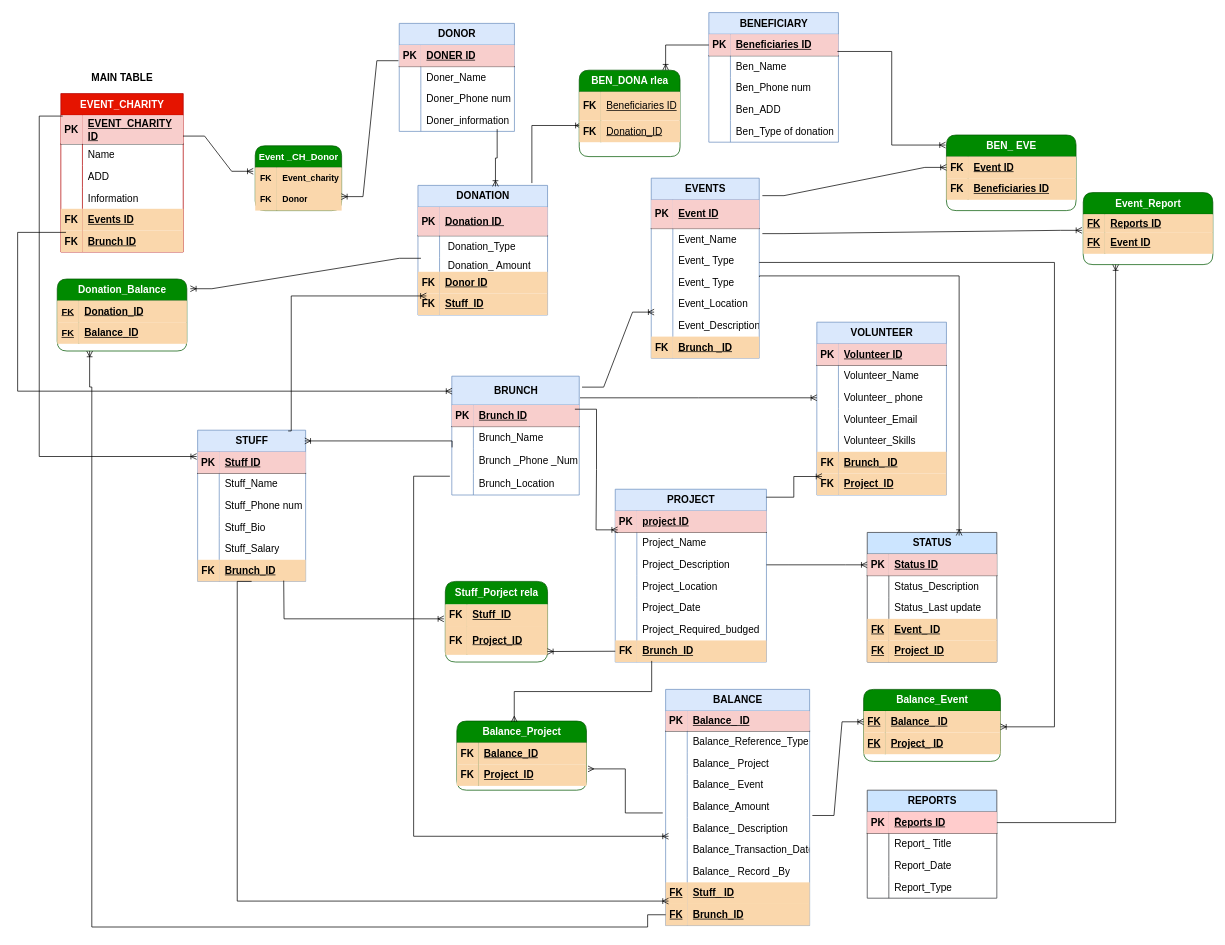
Qurbansulymani/Database-Management-charity-Organization-system keeps this draw.io diagram as UpdateCharity database foundation-2.drawio. Above is the earlier version. Source tidied: cells renumbered, new cells numbered last; positions are measured from the earlier drawing's top-left corner, leaving out a move shared by most shapes. Both pictures are drawn from the tidied source at 72%, with x=0, y=0 at pixel (17, 12).
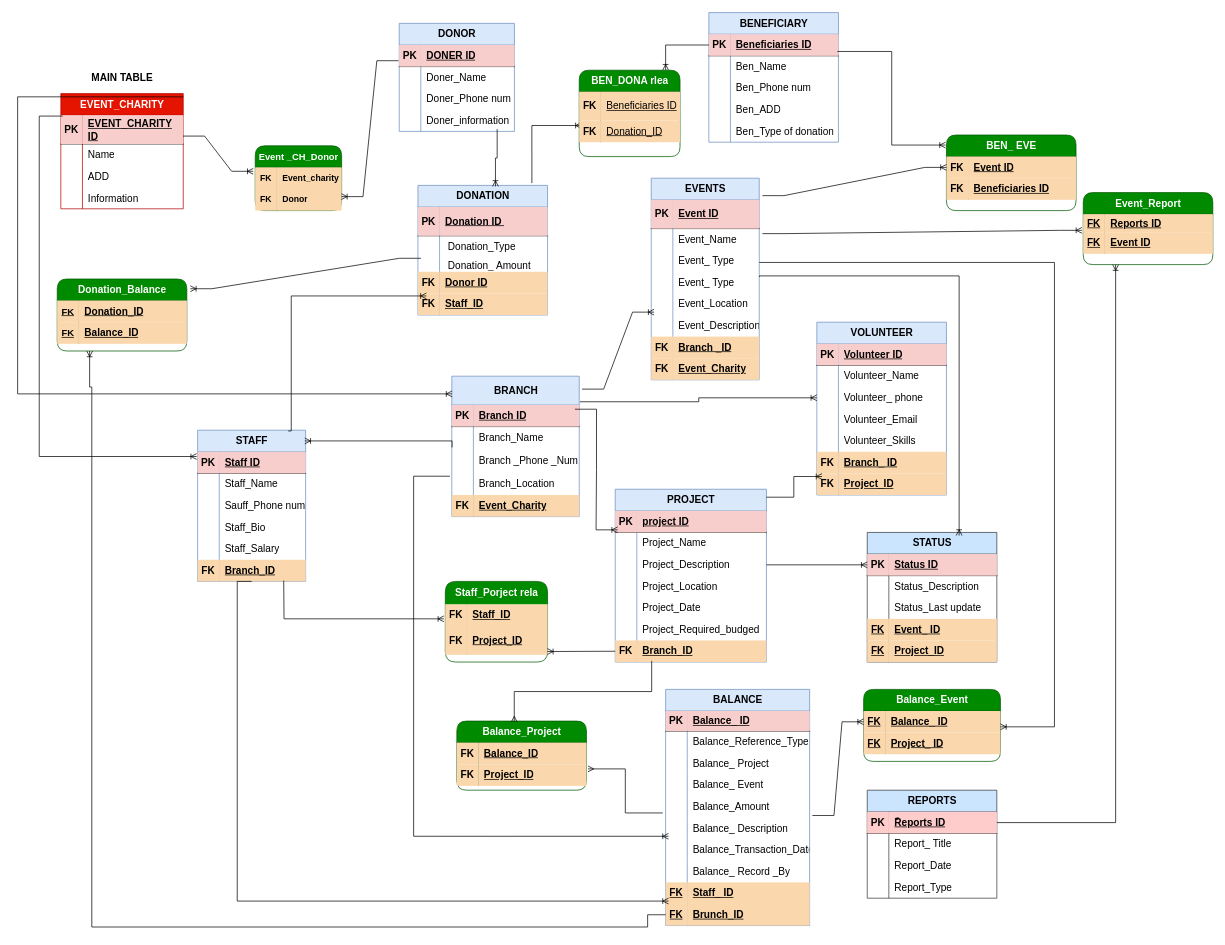
After the change.

Commit message:
An Update ERD For Charity Management System

Update and new ER Diagram for Charity management system

Unchanged cells that the change refers to:
```xml
<mxCell id="35" style="shape=tableRow;horizontal=0;startSize=0;swimlaneHead=0;swimlaneBody=0;fillColor=none;points=[[0,0.5],[1,0.5]];portConstraint=eastwest;top=0;left=0;right=0;bottom=1;fontSize=14;" parent="34" vertex="1">
  <mxGeometry y="30" width="150" height="30" as="geometry" />
</mxCell>
<mxCell id="38" style="shape=tableRow;horizontal=0;startSize=0;swimlaneHead=0;swimlaneBody=0;fillColor=none;top=0;left=0;right=0;bottom=0;fontSize=14;" parent="34" vertex="1">
  <mxGeometry y="60" width="150" height="30" as="geometry" />
</mxCell>
<mxCell id="41" style="shape=tableRow;horizontal=0;startSize=0;swimlaneHead=0;swimlaneBody=0;fillColor=none;top=0;left=0;right=0;bottom=0;fontSize=14;" parent="34" vertex="1">
  <mxGeometry y="90" width="150" height="30" as="geometry" />
</mxCell>
<mxCell id="44" style="shape=tableRow;horizontal=0;startSize=0;swimlaneHead=0;swimlaneBody=0;fillColor=none;top=0;left=0;right=0;bottom=0;fontSize=14;" parent="34" vertex="1">
  <mxGeometry y="120" width="150" height="30" as="geometry" />
</mxCell>
<mxCell id="47" style="shape=tableRow;horizontal=0;startSize=0;swimlaneHead=0;swimlaneBody=0;fillColor=none;top=0;left=0;right=0;bottom=0;fontSize=14;" parent="34" vertex="1">
  <mxGeometry y="150" width="150" height="30" as="geometry" />
</mxCell>
<mxCell id="50" style="shape=tableRow;horizontal=0;startSize=0;swimlaneHead=0;swimlaneBody=0;fillColor=none;points=[[0,0.5],[1,0.5]];portConstraint=eastwest;top=0;left=0;right=0;bottom=0;fontSize=14;" parent="34" vertex="1">
  <mxGeometry y="180" width="150" height="30" as="geometry" />
</mxCell>
<mxCell id="66" style="shape=tableRow;horizontal=0;startSize=0;swimlaneHead=0;swimlaneBody=0;fillColor=none;points=[[0,0.5],[1,0.5]];portConstraint=eastwest;top=0;left=0;right=0;bottom=0;fontSize=14;" parent="53" vertex="1">
  <mxGeometry y="150" width="180" height="30" as="geometry" />
</mxCell>
<mxCell id="104" style="shape=tableRow;horizontal=0;startSize=0;swimlaneHead=0;swimlaneBody=0;fillColor=none;top=0;left=0;right=0;bottom=0;fontSize=14;" parent="85" vertex="1">
  <mxGeometry y="220" width="150" height="30" as="geometry" />
</mxCell>
<mxCell id="108" style="shape=tableRow;horizontal=0;startSize=0;swimlaneHead=0;swimlaneBody=0;fillColor=none;points=[[0,0.5],[1,0.5]];portConstraint=eastwest;top=0;left=0;right=0;bottom=1;fontSize=14;" parent="107" vertex="1">
  <mxGeometry y="40" width="177" height="30" as="geometry" />
</mxCell>
<mxCell id="111" style="shape=tableRow;horizontal=0;startSize=0;swimlaneHead=0;swimlaneBody=0;fillColor=none;top=0;left=0;right=0;bottom=0;fontSize=14;" parent="107" vertex="1">
  <mxGeometry y="70" width="177" height="30" as="geometry" />
</mxCell>
<mxCell id="114" style="shape=tableRow;horizontal=0;startSize=0;swimlaneHead=0;swimlaneBody=0;fillColor=none;points=[[0,0.5],[1,0.5]];portConstraint=eastwest;top=0;left=0;right=0;bottom=0;fontSize=14;" parent="107" vertex="1">
  <mxGeometry y="100" width="177" height="35" as="geometry" />
</mxCell>
<mxCell id="117" style="shape=tableRow;horizontal=0;startSize=0;swimlaneHead=0;swimlaneBody=0;fillColor=none;points=[[0,0.5],[1,0.5]];portConstraint=eastwest;top=0;left=0;right=0;bottom=0;fontSize=14;" parent="107" vertex="1">
  <mxGeometry y="135" width="177" height="30" as="geometry" />
</mxCell>
<mxCell id="144" style="shape=tableRow;horizontal=0;startSize=0;swimlaneHead=0;swimlaneBody=0;fillColor=none;points=[[0,0.5],[1,0.5]];portConstraint=eastwest;top=0;left=0;right=0;bottom=0;fontSize=14;" parent="125" vertex="1">
  <mxGeometry y="210" width="210" height="30" as="geometry" />
</mxCell>
<mxCell id="150" style="shape=tableRow;horizontal=0;startSize=0;swimlaneHead=0;swimlaneBody=0;fillColor=none;top=0;left=0;right=0;bottom=0;fontSize=14;" parent="149" vertex="1">
  <mxGeometry y="32" width="142" height="30" as="geometry" />
</mxCell>
<mxCell id="193" style="shape=tableRow;horizontal=0;startSize=0;swimlaneHead=0;swimlaneBody=0;fillColor=none;top=0;left=0;right=0;bottom=0;fontSize=14;" parent="177" vertex="1">
  <mxGeometry y="180" width="180" height="30" as="geometry" />
</mxCell>
<mxCell id="255" style="shape=tableRow;horizontal=0;startSize=0;swimlaneHead=0;swimlaneBody=0;fillColor=none;top=0;left=0;right=0;bottom=0;fontSize=14;" parent="230" vertex="1">
  <mxGeometry y="268" width="200" height="30" as="geometry" />
</mxCell>
```

The edit, as a diff of the source:
```diff
@@
     <mxCell id="2" value="&lt;span&gt;EVENT_CHARITY&lt;/span&gt;" style="shape=table;startSize=30;childLayout=tableLayout;rowLines=0;fontStyle=1;align=center;html=1;fillColor=#e51400;strokeColor=#B20000;fontColor=#ffffff;fontSize=14;" parent="1" vertex="1">
-      <mxGeometry x="60" y="112.5" width="170" height="220" as="geometry" />
+      <mxGeometry x="60" y="112.5" width="170" height="160" as="geometry" />
     </mxCell>
@@
-    <mxCell id="15" style="shape=tableRow;horizontal=0;startSize=0;swimlaneHead=0;swimlaneBody=0;fillColor=none;top=0;left=0;right=0;bottom=0;fontSize=14;" parent="2" vertex="1">
-      <mxGeometry y="160" width="170" height="30" as="geometry" />
-    </mxCell>
-    <mxCell id="16" value="&lt;b&gt;&lt;font&gt;FK&lt;/font&gt;&lt;/b&gt;" style="shape=partialRectangle;fillColor=#fad7ac;top=0;left=0;bottom=0;right=0;overflow=hidden;whiteSpace=wrap;html=1;strokeColor=#b46504;fontSize=14;" parent="15" vertex="1">
-      <mxGeometry width="30" height="30" as="geometry" />
-    </mxCell>
-    <mxCell id="17" value="&lt;font&gt;&lt;b&gt;&lt;u&gt;Events ID&lt;/u&gt;&lt;/b&gt;&lt;/font&gt;" style="shape=partialRectangle;fillColor=#fad7ac;top=0;left=0;bottom=0;right=0;align=left;spacingLeft=6;overflow=hidden;whiteSpace=wrap;html=1;strokeColor=#b46504;fontSize=14;" parent="15" vertex="1">
-      <mxGeometry x="30" width="140" height="30" as="geometry" />
-    </mxCell>
-    <mxCell id="18" style="shape=tableRow;horizontal=0;startSize=0;swimlaneHead=0;swimlaneBody=0;fillColor=none;points=[[0,0.5],[1,0.5]];portConstraint=eastwest;top=0;left=0;right=0;bottom=0;fontSize=14;" parent="2" vertex="1">
-      <mxGeometry y="190" width="170" height="30" as="geometry" />
-    </mxCell>
-    <mxCell id="19" value="&lt;b&gt;&lt;font&gt;FK&lt;/font&gt;&lt;/b&gt;" style="shape=partialRectangle;fillColor=#fad7ac;top=0;left=0;bottom=0;right=0;overflow=hidden;whiteSpace=wrap;html=1;strokeColor=#b46504;fontSize=14;" parent="18" vertex="1">
-      <mxGeometry width="30" height="30" as="geometry" />
-    </mxCell>
-    <mxCell id="20" value="&lt;b&gt;&lt;font&gt;&lt;u&gt;Brunch ID&lt;/u&gt;&lt;/font&gt;&lt;/b&gt;" style="shape=partialRectangle;fillColor=#fad7ac;top=0;left=0;bottom=0;right=0;align=left;spacingLeft=6;overflow=hidden;whiteSpace=wrap;html=1;strokeColor=#b46504;fontSize=14;" parent="18" vertex="1">
-      <mxGeometry x="30" width="140" height="30" as="geometry" />
-    </mxCell>
@@
-    <mxCell id="34" value="&lt;font&gt;STUFF&lt;/font&gt;" style="shape=table;startSize=30;childLayout=tableLayout;rowLines=0;fontStyle=1;align=center;html=1;fillColor=#dae8fc;strokeColor=#6c8ebf;fontSize=14;" parent="1" vertex="1">
+    <mxCell id="34" value="&lt;font&gt;STAFF&lt;/font&gt;" style="shape=table;startSize=30;childLayout=tableLayout;rowLines=0;fontStyle=1;align=center;html=1;fillColor=#dae8fc;strokeColor=#6c8ebf;fontSize=14;" parent="1" vertex="1">
       <mxGeometry x="250" y="580" width="150" height="210" as="geometry" />
     </mxCell>
@@
-    <mxCell id="37" value="&lt;font&gt;Stuff ID&lt;/font&gt;" style="shape=partialRectangle;fillColor=#f8cecc;top=0;left=0;bottom=0;right=0;align=left;spacingLeft=6;fontStyle=5;overflow=hidden;whiteSpace=wrap;html=1;strokeColor=#b85450;fontSize=14;" parent="35" vertex="1">
+    <mxCell id="37" value="&lt;font&gt;Staff ID&lt;/font&gt;" style="shape=partialRectangle;fillColor=#f8cecc;top=0;left=0;bottom=0;right=0;align=left;spacingLeft=6;fontStyle=5;overflow=hidden;whiteSpace=wrap;html=1;strokeColor=#b85450;fontSize=14;" parent="35" vertex="1">
       <mxGeometry x="30" width="120" height="30" as="geometry" />
     </mxCell>
@@
-    <mxCell id="40" value="&lt;font&gt;Stuff_Name&lt;span style=&quot;white-space: pre;&quot;&gt;&#9;&lt;/span&gt;&lt;span style=&quot;white-space: pre;&quot;&gt;&#9;&lt;/span&gt;&lt;/font&gt;" style="shape=partialRectangle;fillColor=none;top=0;left=0;bottom=0;right=0;align=left;spacingLeft=6;overflow=hidden;whiteSpace=wrap;html=1;fontSize=14;" parent="38" vertex="1">
+    <mxCell id="40" value="&lt;font&gt;Staff_Name&lt;span style=&quot;white-space: pre;&quot;&gt;&#9;&lt;/span&gt;&lt;span style=&quot;white-space: pre;&quot;&gt;&#9;&lt;/span&gt;&lt;/font&gt;" style="shape=partialRectangle;fillColor=none;top=0;left=0;bottom=0;right=0;align=left;spacingLeft=6;overflow=hidden;whiteSpace=wrap;html=1;fontSize=14;" parent="38" vertex="1">
       <mxGeometry x="30" width="120" height="30" as="geometry" />
     </mxCell>
@@
-    <mxCell id="43" value="&lt;font&gt;Stuff_Phone num&lt;/font&gt;" style="shape=partialRectangle;fillColor=none;top=0;left=0;bottom=0;right=0;align=left;spacingLeft=6;overflow=hidden;whiteSpace=wrap;html=1;fontSize=14;" parent="41" vertex="1">
+    <mxCell id="43" value="&lt;font&gt;Sauff_Phone num&lt;/font&gt;" style="shape=partialRectangle;fillColor=none;top=0;left=0;bottom=0;right=0;align=left;spacingLeft=6;overflow=hidden;whiteSpace=wrap;html=1;fontSize=14;" parent="41" vertex="1">
       <mxGeometry x="30" width="120" height="30" as="geometry" />
     </mxCell>
@@
-    <mxCell id="46" value="&lt;span&gt;Stuff_Bio&lt;/span&gt;" style="shape=partialRectangle;fillColor=none;top=0;left=0;bottom=0;right=0;align=left;spacingLeft=6;overflow=hidden;whiteSpace=wrap;html=1;fontSize=14;" parent="44" vertex="1">
+    <mxCell id="46" value="&lt;span&gt;Staff_Bio&lt;/span&gt;" style="shape=partialRectangle;fillColor=none;top=0;left=0;bottom=0;right=0;align=left;spacingLeft=6;overflow=hidden;whiteSpace=wrap;html=1;fontSize=14;" parent="44" vertex="1">
       <mxGeometry x="30" width="120" height="30" as="geometry" />
     </mxCell>
@@
-    <mxCell id="49" value="&lt;font&gt;Stuff_Salary&lt;/font&gt;" style="shape=partialRectangle;fillColor=none;top=0;left=0;bottom=0;right=0;align=left;spacingLeft=6;overflow=hidden;whiteSpace=wrap;html=1;fontSize=14;" parent="47" vertex="1">
+    <mxCell id="49" value="&lt;font&gt;Staff_Salary&lt;/font&gt;" style="shape=partialRectangle;fillColor=none;top=0;left=0;bottom=0;right=0;align=left;spacingLeft=6;overflow=hidden;whiteSpace=wrap;html=1;fontSize=14;" parent="47" vertex="1">
       <mxGeometry x="30" width="120" height="30" as="geometry" />
     </mxCell>
@@
-    <mxCell id="52" value="&lt;font&gt;&lt;b&gt;&lt;u&gt;Brunch_ID&lt;/u&gt;&lt;/b&gt;&lt;/font&gt;" style="shape=partialRectangle;fillColor=#fad7ac;top=0;left=0;bottom=0;right=0;align=left;spacingLeft=6;overflow=hidden;whiteSpace=wrap;html=1;strokeColor=#b46504;fontSize=14;" parent="50" vertex="1">
+    <mxCell id="52" value="&lt;font&gt;&lt;b&gt;&lt;u&gt;Branch_ID&lt;/u&gt;&lt;/b&gt;&lt;/font&gt;" style="shape=partialRectangle;fillColor=#fad7ac;top=0;left=0;bottom=0;right=0;align=left;spacingLeft=6;overflow=hidden;whiteSpace=wrap;html=1;strokeColor=#b46504;fontSize=14;" parent="50" vertex="1">
       <mxGeometry x="30" width="120" height="30" as="geometry" />
     </mxCell>
@@
-    <mxCell id="68" value="&lt;span&gt;&lt;b&gt;&lt;u&gt;Stuff_ID&lt;/u&gt;&lt;/b&gt;&lt;/span&gt;" style="shape=partialRectangle;fillColor=#fad7ac;top=0;left=0;bottom=0;right=0;align=left;spacingLeft=6;overflow=hidden;whiteSpace=wrap;html=1;strokeColor=#b46504;fontSize=14;" parent="66" vertex="1">
+    <mxCell id="68" value="&lt;span&gt;&lt;b&gt;&lt;u&gt;Staff_ID&lt;/u&gt;&lt;/b&gt;&lt;/span&gt;" style="shape=partialRectangle;fillColor=#fad7ac;top=0;left=0;bottom=0;right=0;align=left;spacingLeft=6;overflow=hidden;whiteSpace=wrap;html=1;strokeColor=#b46504;fontSize=14;" parent="66" vertex="1">
       <mxGeometry x="30" width="150" height="30" as="geometry" />
     </mxCell>
@@
     <mxCell id="85" value="&lt;font&gt;EVENTS&lt;/font&gt;" style="shape=table;startSize=30;childLayout=tableLayout;rowLines=0;fontStyle=1;align=center;html=1;fillColor=#dae8fc;strokeColor=#6c8ebf;fontSize=14;" parent="1" vertex="1">
-      <mxGeometry x="880" y="230" width="150" height="250" as="geometry" />
+      <mxGeometry x="880" y="230" width="150" height="280" as="geometry" />
     </mxCell>
@@
-    <mxCell id="106" value="&lt;font&gt;&lt;span&gt;Brunch _ID&lt;/span&gt;&lt;/font&gt;" style="shape=partialRectangle;fillColor=#fad7ac;top=0;left=0;bottom=0;right=0;align=left;spacingLeft=6;overflow=hidden;whiteSpace=wrap;html=1;strokeColor=#b46504;fontStyle=5;fontSize=14;" parent="104" vertex="1">
+    <mxCell id="106" value="&lt;font&gt;&lt;span&gt;Branch _ID&lt;/span&gt;&lt;/font&gt;" style="shape=partialRectangle;fillColor=#fad7ac;top=0;left=0;bottom=0;right=0;align=left;spacingLeft=6;overflow=hidden;whiteSpace=wrap;html=1;strokeColor=#b46504;fontStyle=5;fontSize=14;" parent="104" vertex="1">
       <mxGeometry x="30" width="120" height="30" as="geometry" />
     </mxCell>
+    <mxCell id="312" style="shape=tableRow;horizontal=0;startSize=0;swimlaneHead=0;swimlaneBody=0;fillColor=none;top=0;left=0;right=0;bottom=0;fontSize=14;" parent="85" vertex="1">
+      <mxGeometry y="250" width="150" height="30" as="geometry" />
+    </mxCell>
+    <mxCell id="313" value="&lt;b&gt;FK&lt;/b&gt;" style="shape=partialRectangle;fillColor=#fad7ac;top=0;left=0;bottom=0;right=0;overflow=hidden;whiteSpace=wrap;html=1;strokeColor=#b46504;fontSize=14;" parent="312" vertex="1">
+      <mxGeometry width="30" height="30" as="geometry" />
+    </mxCell>
+    <mxCell id="314" value="Event_Charity" style="shape=partialRectangle;fillColor=#fad7ac;top=0;left=0;bottom=0;right=0;align=left;spacingLeft=6;overflow=hidden;whiteSpace=wrap;html=1;strokeColor=#b46504;fontStyle=5;fontSize=14;" parent="312" vertex="1">
+      <mxGeometry x="30" width="120" height="30" as="geometry" />
+    </mxCell>
-    <mxCell id="107" value="&lt;span&gt;BRUNCH&lt;/span&gt;" style="shape=table;startSize=40;childLayout=tableLayout;rowLines=0;fontStyle=1;align=center;html=1;fillColor=#dae8fc;strokeColor=#6c8ebf;fontSize=14;" parent="1" vertex="1">
-      <mxGeometry x="603" y="505" width="177" height="165" as="geometry" />
+    <mxCell id="107" value="&lt;span&gt;BRANCH&lt;/span&gt;" style="shape=table;startSize=40;childLayout=tableLayout;rowLines=0;fontStyle=1;align=center;html=1;fillColor=#dae8fc;strokeColor=#6c8ebf;fontSize=14;" parent="1" vertex="1">
+      <mxGeometry x="603" y="505" width="177" height="195" as="geometry" />
     </mxCell>
@@
-    <mxCell id="110" value="&lt;font&gt;Brunch ID&lt;/font&gt;" style="shape=partialRectangle;fillColor=#f8cecc;top=0;left=0;bottom=0;right=0;align=left;spacingLeft=6;fontStyle=5;overflow=hidden;whiteSpace=wrap;html=1;strokeColor=#b85450;fontSize=14;" parent="108" vertex="1">
+    <mxCell id="110" value="&lt;font&gt;Branch ID&lt;/font&gt;" style="shape=partialRectangle;fillColor=#f8cecc;top=0;left=0;bottom=0;right=0;align=left;spacingLeft=6;fontStyle=5;overflow=hidden;whiteSpace=wrap;html=1;strokeColor=#b85450;fontSize=14;" parent="108" vertex="1">
       <mxGeometry x="30" width="147" height="30" as="geometry" />
     </mxCell>
@@
-    <mxCell id="113" value="&lt;font&gt;Brunch_Name&amp;nbsp;&lt;/font&gt;" style="shape=partialRectangle;fillColor=none;top=0;left=0;bottom=0;right=0;align=left;spacingLeft=6;overflow=hidden;whiteSpace=wrap;html=1;fontSize=14;" parent="111" vertex="1">
+    <mxCell id="113" value="&lt;font&gt;Branch_Name&amp;nbsp;&lt;/font&gt;" style="shape=partialRectangle;fillColor=none;top=0;left=0;bottom=0;right=0;align=left;spacingLeft=6;overflow=hidden;whiteSpace=wrap;html=1;fontSize=14;" parent="111" vertex="1">
       <mxGeometry x="30" width="147" height="30" as="geometry" />
     </mxCell>
@@
-    <mxCell id="116" value="&lt;font&gt;Brunch _Phone _Num&lt;/font&gt;" style="shape=partialRectangle;fillColor=none;top=0;left=0;bottom=0;right=0;align=left;spacingLeft=6;overflow=hidden;whiteSpace=wrap;html=1;fontSize=14;" parent="114" vertex="1">
+    <mxCell id="116" value="&lt;font&gt;Branch _Phone _Num&lt;/font&gt;" style="shape=partialRectangle;fillColor=none;top=0;left=0;bottom=0;right=0;align=left;spacingLeft=6;overflow=hidden;whiteSpace=wrap;html=1;fontSize=14;" parent="114" vertex="1">
       <mxGeometry x="30" width="147" height="35" as="geometry" />
     </mxCell>
@@
-    <mxCell id="119" value="&lt;font&gt;Brunch_Location&lt;/font&gt;" style="shape=partialRectangle;fillColor=none;top=0;left=0;bottom=0;right=0;align=left;spacingLeft=6;overflow=hidden;whiteSpace=wrap;html=1;fontSize=14;" parent="117" vertex="1">
+    <mxCell id="119" value="&lt;font&gt;Branch_Location&lt;/font&gt;" style="shape=partialRectangle;fillColor=none;top=0;left=0;bottom=0;right=0;align=left;spacingLeft=6;overflow=hidden;whiteSpace=wrap;html=1;fontSize=14;" parent="117" vertex="1">
       <mxGeometry x="30" width="147" height="30" as="geometry" />
     </mxCell>
+    <mxCell id="315" style="shape=tableRow;horizontal=0;startSize=0;swimlaneHead=0;swimlaneBody=0;fillColor=none;top=0;left=0;right=0;bottom=0;fontSize=14;" parent="107" vertex="1">
+      <mxGeometry y="165" width="177" height="30" as="geometry" />
+    </mxCell>
+    <mxCell id="316" value="FK" style="shape=partialRectangle;fillColor=#fad7ac;top=0;left=0;bottom=0;right=0;overflow=hidden;whiteSpace=wrap;html=1;fontSize=14;strokeColor=#b46504;fontStyle=1;" parent="315" vertex="1">
+      <mxGeometry width="30" height="30" as="geometry" />
+    </mxCell>
+    <mxCell id="317" value="Event_Charity" style="shape=partialRectangle;fillColor=#fad7ac;top=0;left=0;bottom=0;right=0;align=left;spacingLeft=6;overflow=hidden;whiteSpace=wrap;html=1;fontSize=14;strokeColor=#b46504;fontStyle=5;" parent="315" vertex="1">
+      <mxGeometry x="30" width="147" height="30" as="geometry" />
+    </mxCell>
-    <mxCell id="120" style="edgeStyle=elbowEdgeStyle;fontSize=14;html=1;endArrow=ERoneToMany;rounded=0;exitX=0.042;exitY=0.092;exitDx=0;exitDy=0;entryX=0.002;entryY=0.126;entryDx=0;entryDy=0;entryPerimeter=0;exitPerimeter=0;" parent="1" edge="1" source="18" target="107">
+    <mxCell id="120" style="edgeStyle=elbowEdgeStyle;fontSize=14;html=1;endArrow=ERoneToMany;rounded=0;exitX=0.042;exitY=0.092;exitDx=0;exitDy=0;entryX=0.002;entryY=0.126;entryDx=0;entryDy=0;entryPerimeter=0;exitPerimeter=0;" parent="1" edge="1" target="107">
       <mxGeometry relative="1" as="geometry">
+        <mxPoint x="230" y="117" as="sourcePoint" />
         <Array as="points">
           <mxPoint y="410" />
         </Array>
       </mxGeometry>
     </mxCell>
@@
-    <mxCell id="146" value="&lt;font&gt;&lt;b&gt;Brunch_ID&lt;/b&gt;&lt;/font&gt;" style="shape=partialRectangle;fillColor=#fad7ac;top=0;left=0;bottom=0;right=0;align=left;spacingLeft=6;overflow=hidden;whiteSpace=wrap;html=1;strokeColor=#b46504;fontStyle=4;fontSize=14;" parent="144" vertex="1">
+    <mxCell id="146" value="&lt;font&gt;&lt;b&gt;Branch_ID&lt;/b&gt;&lt;/font&gt;" style="shape=partialRectangle;fillColor=#fad7ac;top=0;left=0;bottom=0;right=0;align=left;spacingLeft=6;overflow=hidden;whiteSpace=wrap;html=1;strokeColor=#b46504;fontStyle=4;fontSize=14;" parent="144" vertex="1">
       <mxGeometry x="30" width="180" height="30" as="geometry" />
     </mxCell>
@@
-    <mxCell id="149" value="&lt;font&gt;Stuff_Porject rela&lt;/font&gt;" style="shape=table;startSize=32;childLayout=tableLayout;rowLines=0;fontStyle=1;align=center;html=1;rounded=1;fillColor=#008a00;strokeColor=#005700;swimlaneLine=0;fontSize=14;fontColor=#ffffff;" parent="1" vertex="1">
+    <mxCell id="149" value="&lt;font&gt;Staff_Porject rela&lt;/font&gt;" style="shape=table;startSize=32;childLayout=tableLayout;rowLines=0;fontStyle=1;align=center;html=1;rounded=1;fillColor=#008a00;strokeColor=#005700;swimlaneLine=0;fontSize=14;fontColor=#ffffff;" parent="1" vertex="1">
       <mxGeometry x="594" y="790" width="142" height="112" as="geometry" />
     </mxCell>
@@
-    <mxCell id="152" value="&lt;font&gt;&lt;u&gt;Stuff_ID&lt;/u&gt;&lt;/font&gt;" style="shape=partialRectangle;fillColor=#fad7ac;top=0;left=0;bottom=0;right=0;align=left;spacingLeft=6;overflow=hidden;whiteSpace=wrap;html=1;shadow=0;strokeColor=#b46504;fontStyle=1;fontSize=14;" parent="150" vertex="1">
+    <mxCell id="152" value="&lt;font&gt;&lt;u&gt;Staff_ID&lt;/u&gt;&lt;/font&gt;" style="shape=partialRectangle;fillColor=#fad7ac;top=0;left=0;bottom=0;right=0;align=left;spacingLeft=6;overflow=hidden;whiteSpace=wrap;html=1;shadow=0;strokeColor=#b46504;fontStyle=1;fontSize=14;" parent="150" vertex="1">
       <mxGeometry x="30" width="112" height="30" as="geometry" />
     </mxCell>
@@
-    <mxCell id="195" value="Brunch_ ID" style="shape=partialRectangle;fillColor=#fad7ac;top=0;left=0;bottom=0;right=0;align=left;spacingLeft=6;overflow=hidden;whiteSpace=wrap;html=1;strokeColor=#b46504;fontStyle=5;fontSize=14;" parent="193" vertex="1">
+    <mxCell id="195" value="Branch_ ID" style="shape=partialRectangle;fillColor=#fad7ac;top=0;left=0;bottom=0;right=0;align=left;spacingLeft=6;overflow=hidden;whiteSpace=wrap;html=1;strokeColor=#b46504;fontStyle=5;fontSize=14;" parent="193" vertex="1">
       <mxGeometry x="30" width="150" height="30" as="geometry" />
     </mxCell>
@@
-    <mxCell id="257" value="Stuff_ ID" style="shape=partialRectangle;fillColor=#fad7ac;top=0;left=0;bottom=0;right=0;align=left;spacingLeft=6;overflow=hidden;whiteSpace=wrap;html=1;fontSize=14;strokeColor=#b46504;fontStyle=5;" parent="255" vertex="1">
+    <mxCell id="257" value="Staff_ ID" style="shape=partialRectangle;fillColor=#fad7ac;top=0;left=0;bottom=0;right=0;align=left;spacingLeft=6;overflow=hidden;whiteSpace=wrap;html=1;fontSize=14;strokeColor=#b46504;fontStyle=5;" parent="255" vertex="1">
       <mxGeometry x="30" width="170" height="30" as="geometry" />
     </mxCell>
```
